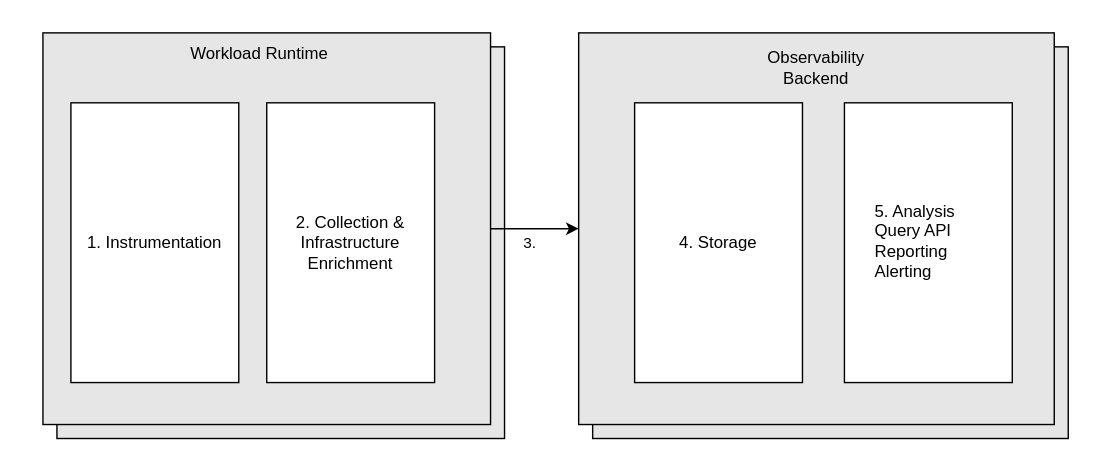
Above: concepts/observability-strategy/assets/strategy-stages.drawio.svg in kyma-project/community (draw.io), before the change. Source tidied: cells renumbered, new cells last; positions are measured from the earlier drawing's top-left corner, leaving out a move shared by most shapes.
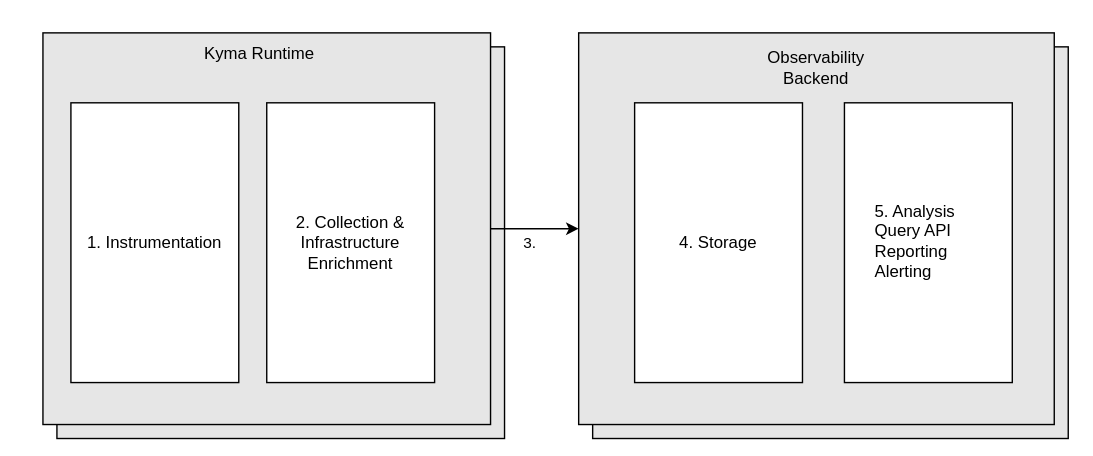
The same file after the commit.

Diff of the diagram source:
```diff
@@ -39,7 +39,7 @@
     <mxCell id="12" style="rounded=0;whiteSpace=wrap;html=1;align=center;" parent="1" vertex="1">
       <mxGeometry x="603" y="72" width="120" height="200" as="geometry" />
     </mxCell>
-    <mxCell id="13" value="Workload Runtime" style="text;html=1;strokeColor=none;fillColor=none;align=center;verticalAlign=middle;whiteSpace=wrap;rounded=0;" parent="1" vertex="1">
+    <mxCell id="13" value="Kyma Runtime" style="text;html=1;strokeColor=none;fillColor=none;align=center;verticalAlign=middle;whiteSpace=wrap;rounded=0;" parent="1" vertex="1">
       <mxGeometry x="130" y="22" width="110" height="30" as="geometry" />
     </mxCell>
     <mxCell id="14" value="Observability Backend" style="text;html=1;strokeColor=none;fillColor=none;align=center;verticalAlign=middle;whiteSpace=wrap;rounded=0;" parent="1" vertex="1">
```
